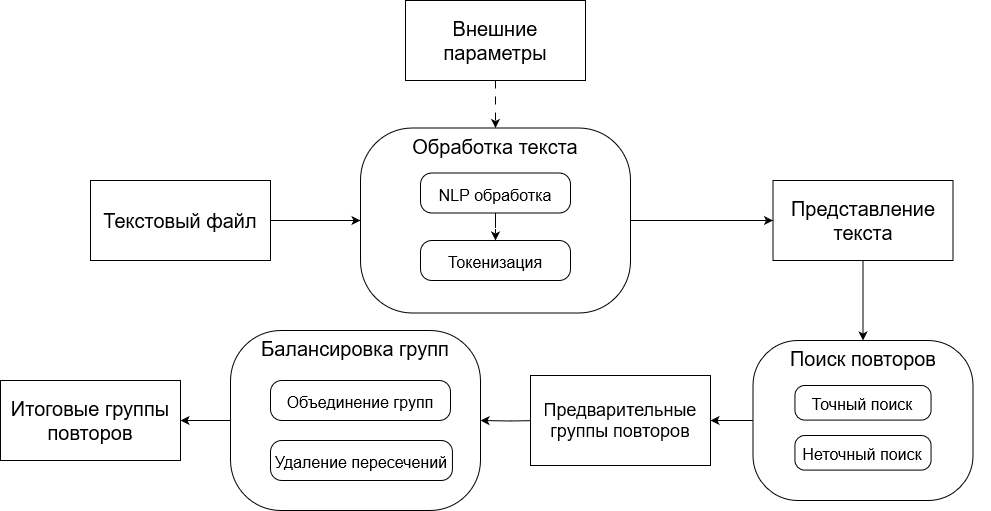
IceWind2/MastersThesis keeps this draw.io diagram as diploma/pictures/Flowchart.png. Above is the earlier version. Source tidied: cells renumbered, new cells last; positions are measured from the earlier drawing's top-left corner, leaving out a move shared by most shapes.
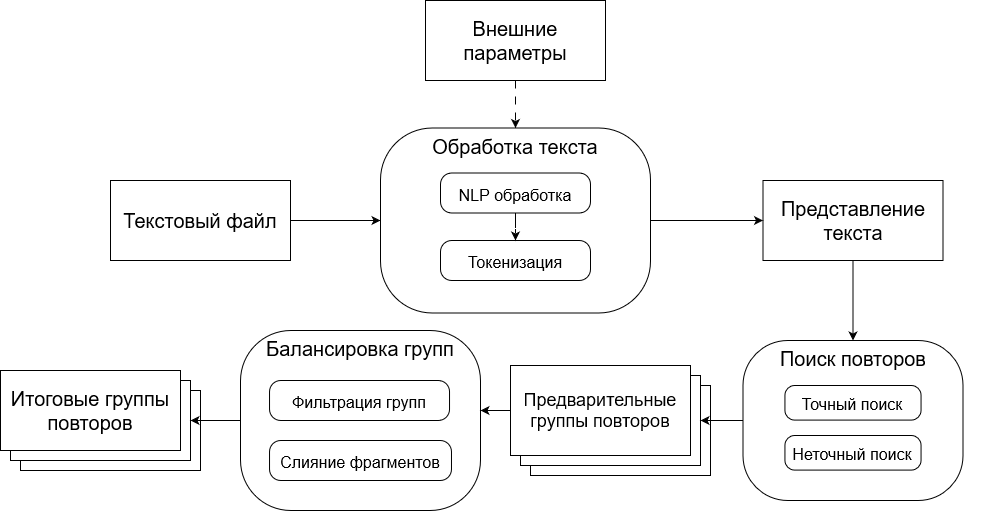
Above is the later version.

Change to the diagram source:
```diff
@@ -14,11 +14,11 @@
     <mxCell id="5" value="&lt;font style=&quot;font-size: 20px;&quot;&gt;Внешние параметры&lt;br&gt;&lt;/font&gt;" style="rounded=0;whiteSpace=wrap;html=1;align=center;" parent="1" vertex="1">
       <mxGeometry x="405" width="180" height="80" as="geometry" />
     </mxCell>
-    <mxCell id="6" style="edgeStyle=orthogonalEdgeStyle;rounded=0;jettySize=auto;html=1;entryX=0.5;entryY=0;entryDx=0;entryDy=0;" parent="1" edge="1" source="7" target="15">
+    <mxCell id="6" style="edgeStyle=orthogonalEdgeStyle;rounded=0;jettySize=auto;html=1;exitX=0.5;exitY=1;exitDx=0;exitDy=0;entryX=0.5;entryY=0;entryDx=0;entryDy=0;" parent="1" edge="1" source="7" target="15">
       <mxGeometry relative="1" as="geometry" />
     </mxCell>
     <mxCell id="7" value="&lt;font style=&quot;font-size: 20px;&quot;&gt;&lt;font style=&quot;font-size: 20px;&quot;&gt;Представление текста&lt;br&gt;&lt;/font&gt;&lt;/font&gt;" style="rounded=0;whiteSpace=wrap;html=1;align=center;" parent="1" vertex="1">
-      <mxGeometry x="772.5" y="180" width="180" height="80" as="geometry" />
+      <mxGeometry x="742.5" y="180" width="180" height="80" as="geometry" />
     </mxCell>
     <mxCell id="8" style="edgeStyle=orthogonalEdgeStyle;rounded=0;jettySize=auto;html=1;exitX=1;exitY=0.5;exitDx=0;exitDy=0;fontSize=20;" parent="1" edge="1" source="10" target="7">
       <mxGeometry relative="1" as="geometry" />
@@ -39,7 +39,7 @@
       <mxGeometry relative="1" as="geometry" />
     </mxCell>
     <mxCell id="14" style="group;" parent="1" vertex="1">
-      <mxGeometry x="740" y="340" width="250" height="160" as="geometry" />
+      <mxGeometry x="710" y="340" width="250" height="160" as="geometry" />
     </mxCell>
     <mxCell id="15" value="Поиск повторов" style="rounded=1;whiteSpace=wrap;html=1;fontSize=20;arcSize=28;align=center;verticalAlign=top;imageWidth=20;" parent="14" vertex="1">
       <mxGeometry x="12.5" width="220" height="160" as="geometry" />
@@ -50,31 +50,50 @@
     <mxCell id="17" value="&lt;font style=&quot;font-size: 16px;&quot;&gt;Неточный поиск&lt;br&gt;&lt;/font&gt;" style="rounded=1;whiteSpace=wrap;html=1;fontSize=20;arcSize=28;align=center;verticalAlign=middle;imageWidth=20;" parent="14" vertex="1">
       <mxGeometry x="54.4" y="95" width="136.1" height="34.6" as="geometry" />
     </mxCell>
-    <mxCell id="18" style="edgeStyle=orthogonalEdgeStyle;rounded=0;jettySize=auto;html=1;entryX=1;entryY=0.5;entryDx=0;entryDy=0;" parent="1" edge="1" target="23">
-      <mxGeometry relative="1" as="geometry">
-        <mxPoint x="540" y="420" as="sourcePoint" />
-      </mxGeometry>
-    </mxCell>
+    <mxCell id="26" style="group;" parent="1" vertex="1">
+      <mxGeometry x="490" y="365" width="200" height="110" as="geometry" />
+    </mxCell>
+    <mxCell id="27" style="rounded=0;whiteSpace=wrap;html=1;align=center;" parent="26" vertex="1">
+      <mxGeometry x="20" y="20" width="180" height="90" as="geometry" />
+    </mxCell>
+    <mxCell id="28" style="rounded=0;whiteSpace=wrap;html=1;align=center;" parent="26" vertex="1">
+      <mxGeometry x="10" y="10" width="180" height="90" as="geometry" />
+    </mxCell>
-    <mxCell id="19" value="&lt;font style=&quot;font-size: 18px;&quot;&gt;&lt;font style=&quot;font-size: 18px;&quot;&gt;Предварительные группы повторов&lt;br&gt;&lt;/font&gt;&lt;/font&gt;" style="rounded=0;whiteSpace=wrap;html=1;align=center;" parent="1" vertex="1">
-      <mxGeometry x="530" y="375" width="180" height="90" as="geometry" />
+    <mxCell id="19" value="&lt;font style=&quot;font-size: 18px;&quot;&gt;&lt;font style=&quot;font-size: 18px;&quot;&gt;Предварительные группы повторов&lt;br&gt;&lt;/font&gt;&lt;/font&gt;" style="rounded=0;whiteSpace=wrap;html=1;align=center;" parent="26" vertex="1">
+      <mxGeometry width="180" height="90" as="geometry" />
     </mxCell>
-    <mxCell id="20" style="edgeStyle=orthogonalEdgeStyle;rounded=0;jettySize=auto;html=1;exitX=0;exitY=0.5;exitDx=0;exitDy=0;entryX=1;entryY=0.5;entryDx=0;entryDy=0;" parent="1" edge="1" source="15" target="19">
-      <mxGeometry relative="1" as="geometry" />
-    </mxCell>
-    <mxCell id="21" value="&lt;div&gt;&lt;font style=&quot;font-size: 20px;&quot;&gt;&lt;font style=&quot;font-size: 20px;&quot;&gt;Итоговые группы повторов&lt;br&gt;&lt;/font&gt;&lt;/font&gt;&lt;/div&gt;" style="rounded=0;whiteSpace=wrap;html=1;align=center;" parent="1" vertex="1">
-      <mxGeometry y="380" width="180" height="80" as="geometry" />
-    </mxCell>
-    <mxCell id="22" style="edgeStyle=orthogonalEdgeStyle;rounded=0;jettySize=auto;html=1;exitX=0;exitY=0.5;exitDx=0;exitDy=0;entryX=1;entryY=0.5;entryDx=0;entryDy=0;" parent="1" edge="1" source="23" target="21">
-      <mxGeometry relative="1" as="geometry" />
-    </mxCell>
+    <mxCell id="29" style="group;" parent="1" vertex="1">
+      <mxGeometry x="220" y="330" width="240" height="180" as="geometry" />
+    </mxCell>
-    <mxCell id="23" value="Балансировка групп" style="rounded=1;whiteSpace=wrap;html=1;fontSize=20;arcSize=28;align=center;verticalAlign=top;imageWidth=20;" parent="1" vertex="1">
-      <mxGeometry x="230" y="330" width="250" height="180" as="geometry" />
+    <mxCell id="23" value="Балансировка групп" style="rounded=1;whiteSpace=wrap;html=1;fontSize=20;arcSize=28;align=center;verticalAlign=top;imageWidth=20;" parent="29" vertex="1">
+      <mxGeometry width="240" height="180" as="geometry" />
     </mxCell>
-    <mxCell id="24" value="&lt;font style=&quot;font-size: 16px;&quot;&gt;Объединение групп&lt;/font&gt;" style="rounded=1;whiteSpace=wrap;html=1;fontSize=20;arcSize=28;align=center;verticalAlign=middle;imageWidth=20;" parent="1" vertex="1">
-      <mxGeometry x="270" y="380" width="180" height="40" as="geometry" />
+    <mxCell id="24" value="&lt;font style=&quot;font-size: 16px;&quot;&gt;Фильтрация групп&lt;br&gt;&lt;/font&gt;" style="rounded=1;whiteSpace=wrap;html=1;fontSize=20;arcSize=28;align=center;verticalAlign=middle;imageWidth=20;" parent="29" vertex="1">
+      <mxGeometry x="29" y="50" width="180" height="40" as="geometry" />
     </mxCell>
-    <mxCell id="25" value="&lt;font style=&quot;font-size: 16px;&quot;&gt;Удаление пересечений&lt;br&gt;&lt;/font&gt;" style="rounded=1;whiteSpace=wrap;html=1;fontSize=20;arcSize=28;align=center;verticalAlign=middle;imageWidth=20;" parent="1" vertex="1">
-      <mxGeometry x="270" y="440" width="181.9" height="40" as="geometry" />
+    <mxCell id="25" value="&lt;font style=&quot;font-size: 16px;&quot;&gt;Слияние фрагментов&lt;br&gt;&lt;/font&gt;" style="rounded=1;whiteSpace=wrap;html=1;fontSize=20;arcSize=28;align=center;verticalAlign=middle;imageWidth=20;" parent="29" vertex="1">
+      <mxGeometry x="29" y="110" width="181.9" height="40" as="geometry" />
     </mxCell>
+    <mxCell id="30" style="edgeStyle=orthogonalEdgeStyle;rounded=0;jettySize=auto;html=1;exitX=0;exitY=0.5;exitDx=0;exitDy=0;entryX=1;entryY=0.5;entryDx=0;entryDy=0;" parent="1" edge="1" source="15" target="28">
+      <mxGeometry relative="1" as="geometry" />
+    </mxCell>
+    <mxCell id="31" style="edgeStyle=orthogonalEdgeStyle;rounded=0;jettySize=auto;html=1;exitX=0;exitY=0.5;exitDx=0;exitDy=0;entryX=1;entryY=0.444;entryDx=0;entryDy=0;entryPerimeter=0;" parent="1" edge="1" source="19" target="23">
+      <mxGeometry relative="1" as="geometry" />
+    </mxCell>
+    <mxCell id="32" style="group;" parent="1" vertex="1">
+      <mxGeometry x="-20" y="370" width="200" height="100" as="geometry" />
+    </mxCell>
+    <mxCell id="33" style="rounded=0;whiteSpace=wrap;html=1;align=center;" parent="32" vertex="1">
+      <mxGeometry x="20" y="20" width="180" height="80" as="geometry" />
+    </mxCell>
+    <mxCell id="34" style="rounded=0;whiteSpace=wrap;html=1;align=center;" parent="32" vertex="1">
+      <mxGeometry x="10" y="10" width="180" height="80" as="geometry" />
+    </mxCell>
+    <mxCell id="21" value="&lt;div&gt;&lt;font style=&quot;font-size: 20px;&quot;&gt;&lt;font style=&quot;font-size: 20px;&quot;&gt;Итоговые группы повторов&lt;br&gt;&lt;/font&gt;&lt;/font&gt;&lt;/div&gt;" style="rounded=0;whiteSpace=wrap;html=1;align=center;" parent="32" vertex="1">
+      <mxGeometry width="180" height="80" as="geometry" />
+    </mxCell>
+    <mxCell id="35" style="edgeStyle=orthogonalEdgeStyle;rounded=0;jettySize=auto;html=1;exitX=0;exitY=0.5;exitDx=0;exitDy=0;entryX=1;entryY=0.5;entryDx=0;entryDy=0;" parent="1" edge="1" source="23" target="34">
+      <mxGeometry relative="1" as="geometry" />
+    </mxCell>
   </root>
 </mxGraphModel>
```
